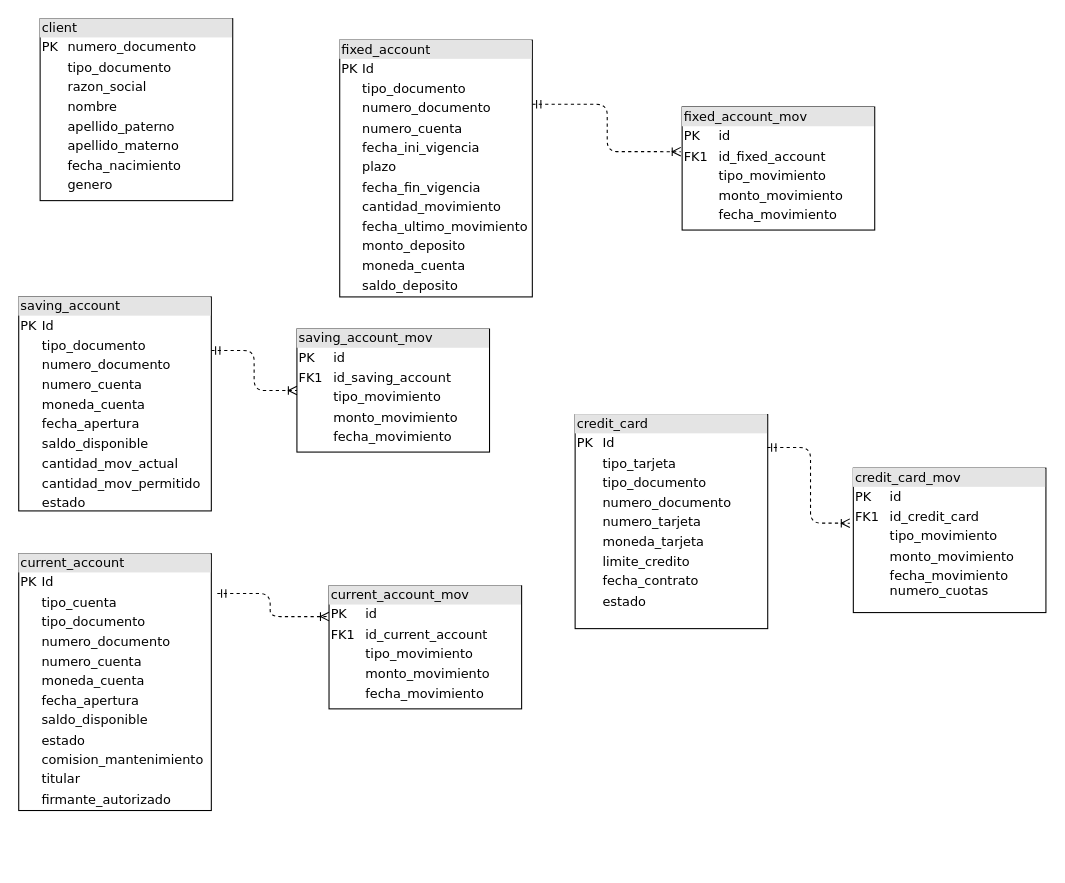
This is analisis/estructura de db.drawio from jedaniel/bootcamp_microservicio, a draw.io file, before an edit. Source tidied: cells renumbered, new cells numbered last; positions are measured from the earlier drawing's top-left corner, leaving out a move shared by most shapes. Both pictures are drawn from the tidied source at 107%, with x=0, y=0 at pixel (18, 18).
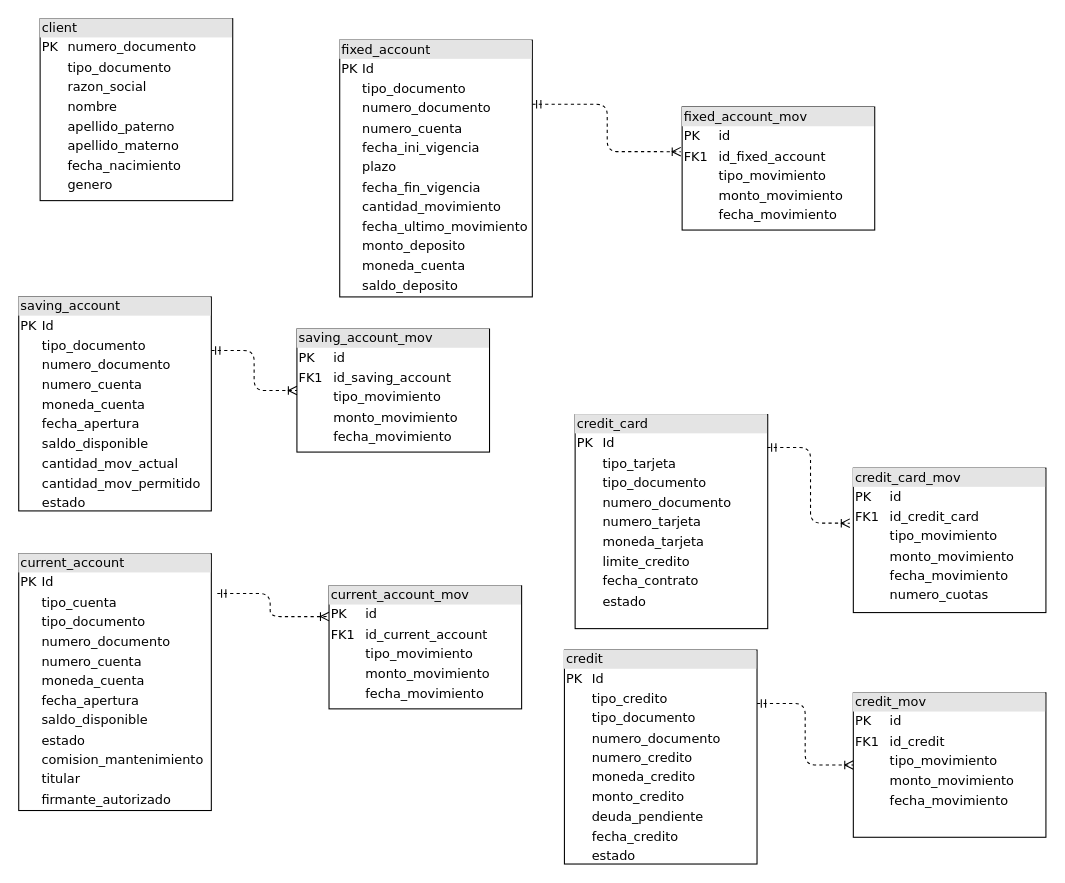
The same page after the edit.

Diff of the diagram source:
```diff
@@
 <mxGraphModel>
   <root>
     <mxCell id="0" />
     <mxCell id="1" parent="0" />
     <mxCell id="2" value="&lt;div style=&quot;box-sizing:border-box;width:100%;background:#e4e4e4;padding:2px;&quot;&gt;client&lt;/div&gt;&lt;table style=&quot;width:100%;font-size:1em;&quot; cellpadding=&quot;2&quot; cellspacing=&quot;0&quot;&gt;&lt;tbody&gt;&lt;tr&gt;&lt;td&gt;PK&lt;/td&gt;&lt;td&gt;numero_documento&lt;/td&gt;&lt;/tr&gt;&lt;tr&gt;&lt;td&gt;&lt;br&gt;&lt;/td&gt;&lt;td&gt;tipo_documento&lt;br&gt;&lt;/td&gt;&lt;/tr&gt;&lt;tr&gt;&lt;td&gt;&lt;br&gt;&lt;/td&gt;&lt;td&gt;razon_social&lt;/td&gt;&lt;/tr&gt;&lt;tr&gt;&lt;td&gt;&lt;/td&gt;&lt;td&gt;nombre&lt;/td&gt;&lt;/tr&gt;&lt;tr&gt;&lt;td&gt;&lt;br&gt;&lt;/td&gt;&lt;td&gt;apellido_paterno&lt;/td&gt;&lt;/tr&gt;&lt;tr&gt;&lt;td&gt;&lt;br&gt;&lt;/td&gt;&lt;td&gt;apellido_materno&lt;/td&gt;&lt;/tr&gt;&lt;tr&gt;&lt;td&gt;&lt;br&gt;&lt;/td&gt;&lt;td&gt;fecha_nacimiento&lt;/td&gt;&lt;/tr&gt;&lt;tr&gt;&lt;td&gt;&lt;br&gt;&lt;/td&gt;&lt;td&gt;genero&lt;/td&gt;&lt;/tr&gt;&lt;tr&gt;&lt;td&gt;&lt;br&gt;&lt;/td&gt;&lt;td&gt;&lt;br&gt;&lt;/td&gt;&lt;/tr&gt;&lt;/tbody&gt;&lt;/table&gt;" style="verticalAlign=top;align=left;overflow=fill;html=1;rounded=0;shadow=0;comic=0;labelBackgroundColor=none;strokeWidth=1;fontFamily=Verdana;fontSize=12;" parent="1" vertex="1">
       <mxGeometry x="20" width="180" height="170" as="geometry" />
     </mxCell>
     <mxCell id="3" value="&lt;div style=&quot;box-sizing:border-box;width:100%;background:#e4e4e4;padding:2px;&quot;&gt;fixed_account&lt;/div&gt;&lt;table style=&quot;width:100%;font-size:1em;&quot; cellpadding=&quot;2&quot; cellspacing=&quot;0&quot;&gt;&lt;tbody&gt;&lt;tr&gt;&lt;td&gt;PK&lt;/td&gt;&lt;td&gt;Id&lt;/td&gt;&lt;/tr&gt;&lt;tr&gt;&lt;td&gt;&lt;br&gt;&lt;/td&gt;&lt;td&gt;tipo_documento&lt;/td&gt;&lt;/tr&gt;&lt;tr&gt;&lt;td&gt;&lt;/td&gt;&lt;td&gt;numero_documento&lt;br&gt;&lt;/td&gt;&lt;/tr&gt;&lt;tr&gt;&lt;td&gt;&lt;br&gt;&lt;/td&gt;&lt;td&gt;numero_cuenta&lt;br&gt;&lt;/td&gt;&lt;/tr&gt;&lt;tr&gt;&lt;td&gt;&lt;br&gt;&lt;/td&gt;&lt;td&gt;fecha_ini_vigencia&lt;/td&gt;&lt;/tr&gt;&lt;tr&gt;&lt;td&gt;&lt;br&gt;&lt;/td&gt;&lt;td&gt;plazo&lt;/td&gt;&lt;/tr&gt;&lt;tr&gt;&lt;td&gt;&lt;br&gt;&lt;/td&gt;&lt;td&gt;fecha_fin_vigencia&lt;/td&gt;&lt;/tr&gt;&lt;tr&gt;&lt;td&gt;&lt;br&gt;&lt;/td&gt;&lt;td&gt;cantidad_movimiento&lt;/td&gt;&lt;/tr&gt;&lt;tr&gt;&lt;td&gt;&lt;br&gt;&lt;/td&gt;&lt;td&gt;fecha_ultimo_movimiento&lt;/td&gt;&lt;/tr&gt;&lt;tr&gt;&lt;td&gt;&lt;br&gt;&lt;/td&gt;&lt;td&gt;monto_deposito&lt;/td&gt;&lt;/tr&gt;&lt;tr&gt;&lt;td&gt;&lt;br&gt;&lt;/td&gt;&lt;td&gt;moneda_cuenta&lt;/td&gt;&lt;/tr&gt;&lt;tr&gt;&lt;td&gt;&lt;br&gt;&lt;/td&gt;&lt;td&gt;saldo_deposito&lt;/td&gt;&lt;/tr&gt;&lt;/tbody&gt;&lt;/table&gt;" style="verticalAlign=top;align=left;overflow=fill;html=1;rounded=0;shadow=0;comic=0;labelBackgroundColor=none;strokeWidth=1;fontFamily=Verdana;fontSize=12;" parent="1" vertex="1">
       <mxGeometry x="300" y="20" width="180" height="240" as="geometry" />
     </mxCell>
     <mxCell id="4" value="&lt;div style=&quot;box-sizing:border-box;width:100%;background:#e4e4e4;padding:2px;&quot;&gt;fixed_account_mov&lt;/div&gt;&lt;table style=&quot;width:100%;font-size:1em;&quot; cellpadding=&quot;2&quot; cellspacing=&quot;0&quot;&gt;&lt;tbody&gt;&lt;tr&gt;&lt;td&gt;PK&lt;/td&gt;&lt;td&gt;id&lt;/td&gt;&lt;/tr&gt;&lt;tr&gt;&lt;td&gt;FK1&lt;/td&gt;&lt;td&gt;id_fixed_account&lt;/td&gt;&lt;/tr&gt;&lt;tr&gt;&lt;td&gt;&lt;/td&gt;&lt;td&gt;tipo_movimiento&lt;/td&gt;&lt;/tr&gt;&lt;tr&gt;&lt;td&gt;&lt;br&gt;&lt;/td&gt;&lt;td&gt;monto_movimiento&lt;/td&gt;&lt;/tr&gt;&lt;tr&gt;&lt;td&gt;&lt;br&gt;&lt;/td&gt;&lt;td&gt;fecha_movimiento&lt;/td&gt;&lt;/tr&gt;&lt;/tbody&gt;&lt;/table&gt;" style="verticalAlign=top;align=left;overflow=fill;html=1;rounded=0;shadow=0;comic=0;labelBackgroundColor=none;strokeWidth=1;fontFamily=Verdana;fontSize=12;" parent="1" vertex="1">
       <mxGeometry x="620" y="82.5" width="180" height="115" as="geometry" />
     </mxCell>
     <mxCell id="5" style="edgeStyle=orthogonalEdgeStyle;html=1;dashed=1;labelBackgroundColor=none;startArrow=ERmandOne;endArrow=ERoneToMany;fontFamily=Verdana;fontSize=12;align=left;exitX=1;exitY=0.25;exitDx=0;exitDy=0;entryX=-0.007;entryY=0.363;entryDx=0;entryDy=0;entryPerimeter=0;" parent="1" edge="1" source="3" target="4">
       <mxGeometry relative="1" as="geometry" />
     </mxCell>
     <mxCell id="6" value="&lt;div style=&quot;box-sizing:border-box;width:100%;background:#e4e4e4;padding:2px;&quot;&gt;saving_account&lt;/div&gt;&lt;table style=&quot;width:100%;font-size:1em;&quot; cellpadding=&quot;2&quot; cellspacing=&quot;0&quot;&gt;&lt;tbody&gt;&lt;tr&gt;&lt;td&gt;PK&lt;/td&gt;&lt;td&gt;Id&lt;/td&gt;&lt;/tr&gt;&lt;tr&gt;&lt;td&gt;&lt;br&gt;&lt;/td&gt;&lt;td&gt;tipo_documento&lt;/td&gt;&lt;/tr&gt;&lt;tr&gt;&lt;td&gt;&lt;/td&gt;&lt;td&gt;numero_documento&lt;br&gt;&lt;/td&gt;&lt;/tr&gt;&lt;tr&gt;&lt;td&gt;&lt;br&gt;&lt;/td&gt;&lt;td&gt;numero_cuenta&lt;br&gt;&lt;/td&gt;&lt;/tr&gt;&lt;tr&gt;&lt;td&gt;&lt;br&gt;&lt;/td&gt;&lt;td&gt;moneda_cuenta&lt;/td&gt;&lt;/tr&gt;&lt;tr&gt;&lt;td&gt;&lt;br&gt;&lt;/td&gt;&lt;td&gt;fecha_apertura&lt;/td&gt;&lt;/tr&gt;&lt;tr&gt;&lt;td&gt;&lt;br&gt;&lt;/td&gt;&lt;td&gt;saldo_disponible&lt;/td&gt;&lt;/tr&gt;&lt;tr&gt;&lt;td&gt;&lt;br&gt;&lt;/td&gt;&lt;td&gt;cantidad_mov_actual&lt;/td&gt;&lt;/tr&gt;&lt;tr&gt;&lt;td&gt;&lt;br&gt;&lt;/td&gt;&lt;td&gt;cantidad_mov_permitido&lt;/td&gt;&lt;/tr&gt;&lt;tr&gt;&lt;td&gt;&lt;br&gt;&lt;/td&gt;&lt;td&gt;estado&lt;/td&gt;&lt;/tr&gt;&lt;/tbody&gt;&lt;/table&gt;" style="verticalAlign=top;align=left;overflow=fill;html=1;rounded=0;shadow=0;comic=0;labelBackgroundColor=none;strokeWidth=1;fontFamily=Verdana;fontSize=12;" parent="1" vertex="1">
       <mxGeometry y="260" width="180" height="200" as="geometry" />
     </mxCell>
     <mxCell id="7" value="&lt;div style=&quot;box-sizing:border-box;width:100%;background:#e4e4e4;padding:2px;&quot;&gt;saving_account_mov&lt;/div&gt;&lt;table style=&quot;width:100%;font-size:1em;&quot; cellpadding=&quot;2&quot; cellspacing=&quot;0&quot;&gt;&lt;tbody&gt;&lt;tr&gt;&lt;td&gt;PK&lt;/td&gt;&lt;td&gt;id&lt;/td&gt;&lt;/tr&gt;&lt;tr&gt;&lt;td&gt;FK1&lt;/td&gt;&lt;td&gt;id_saving_account&lt;/td&gt;&lt;/tr&gt;&lt;tr&gt;&lt;td&gt;&lt;/td&gt;&lt;td&gt;tipo_movimiento&lt;/td&gt;&lt;/tr&gt;&lt;tr&gt;&lt;td&gt;&lt;br&gt;&lt;/td&gt;&lt;td&gt;monto_movimiento&lt;/td&gt;&lt;/tr&gt;&lt;tr&gt;&lt;td&gt;&lt;br&gt;&lt;/td&gt;&lt;td&gt;fecha_movimiento&lt;/td&gt;&lt;/tr&gt;&lt;/tbody&gt;&lt;/table&gt;" style="verticalAlign=top;align=left;overflow=fill;html=1;rounded=0;shadow=0;comic=0;labelBackgroundColor=none;strokeWidth=1;fontFamily=Verdana;fontSize=12;" parent="1" vertex="1">
       <mxGeometry x="260" y="290" width="180" height="115" as="geometry" />
     </mxCell>
     <mxCell id="8" style="edgeStyle=orthogonalEdgeStyle;html=1;dashed=1;labelBackgroundColor=none;startArrow=ERmandOne;endArrow=ERoneToMany;fontFamily=Verdana;fontSize=12;align=left;exitX=1;exitY=0.25;exitDx=0;exitDy=0;entryX=0;entryY=0.5;entryDx=0;entryDy=0;" parent="1" edge="1" source="6" target="7">
       <mxGeometry relative="1" as="geometry" />
     </mxCell>
     <mxCell id="9" value="&lt;div style=&quot;box-sizing:border-box;width:100%;background:#e4e4e4;padding:2px;&quot;&gt;current_account&lt;/div&gt;&lt;table style=&quot;width:100%;font-size:1em;&quot; cellpadding=&quot;2&quot; cellspacing=&quot;0&quot;&gt;&lt;tbody&gt;&lt;tr&gt;&lt;td&gt;PK&lt;/td&gt;&lt;td&gt;Id&lt;/td&gt;&lt;/tr&gt;&lt;tr&gt;&lt;td&gt;&lt;br&gt;&lt;/td&gt;&lt;td&gt;tipo_cuenta&lt;/td&gt;&lt;/tr&gt;&lt;tr&gt;&lt;td&gt;&lt;br&gt;&lt;/td&gt;&lt;td&gt;tipo_documento&lt;/td&gt;&lt;/tr&gt;&lt;tr&gt;&lt;td&gt;&lt;/td&gt;&lt;td&gt;numero_documento&lt;br&gt;&lt;/td&gt;&lt;/tr&gt;&lt;tr&gt;&lt;td&gt;&lt;br&gt;&lt;/td&gt;&lt;td&gt;numero_cuenta&lt;br&gt;&lt;/td&gt;&lt;/tr&gt;&lt;tr&gt;&lt;td&gt;&lt;br&gt;&lt;/td&gt;&lt;td&gt;moneda_cuenta&lt;/td&gt;&lt;/tr&gt;&lt;tr&gt;&lt;td&gt;&lt;br&gt;&lt;/td&gt;&lt;td&gt;fecha_apertura&lt;/td&gt;&lt;/tr&gt;&lt;tr&gt;&lt;td&gt;&lt;br&gt;&lt;/td&gt;&lt;td&gt;saldo_disponible&lt;/td&gt;&lt;/tr&gt;&lt;tr&gt;&lt;td&gt;&lt;br&gt;&lt;/td&gt;&lt;td&gt;estado&lt;/td&gt;&lt;/tr&gt;&lt;tr&gt;&lt;td&gt;&lt;br&gt;&lt;/td&gt;&lt;td&gt;comision_mantenimiento&lt;/td&gt;&lt;/tr&gt;&lt;tr&gt;&lt;td&gt;&lt;br&gt;&lt;/td&gt;&lt;td&gt;titular&lt;/td&gt;&lt;/tr&gt;&lt;tr&gt;&lt;td&gt;&lt;br&gt;&lt;/td&gt;&lt;td&gt;firmante_autorizado&lt;/td&gt;&lt;/tr&gt;&lt;/tbody&gt;&lt;/table&gt;" style="verticalAlign=top;align=left;overflow=fill;html=1;rounded=0;shadow=0;comic=0;labelBackgroundColor=none;strokeWidth=1;fontFamily=Verdana;fontSize=12;" parent="1" vertex="1">
       <mxGeometry y="500" width="180" height="240" as="geometry" />
     </mxCell>
     <mxCell id="10" value="&lt;div style=&quot;box-sizing:border-box;width:100%;background:#e4e4e4;padding:2px;&quot;&gt;current_account_mov&lt;/div&gt;&lt;table style=&quot;width:100%;font-size:1em;&quot; cellpadding=&quot;2&quot; cellspacing=&quot;0&quot;&gt;&lt;tbody&gt;&lt;tr&gt;&lt;td&gt;PK&lt;/td&gt;&lt;td&gt;id&lt;/td&gt;&lt;/tr&gt;&lt;tr&gt;&lt;td&gt;FK1&lt;/td&gt;&lt;td&gt;id_current_account&lt;/td&gt;&lt;/tr&gt;&lt;tr&gt;&lt;td&gt;&lt;/td&gt;&lt;td&gt;tipo_movimiento&lt;/td&gt;&lt;/tr&gt;&lt;tr&gt;&lt;td&gt;&lt;br&gt;&lt;/td&gt;&lt;td&gt;monto_movimiento&lt;/td&gt;&lt;/tr&gt;&lt;tr&gt;&lt;td&gt;&lt;br&gt;&lt;/td&gt;&lt;td&gt;fecha_movimiento&lt;/td&gt;&lt;/tr&gt;&lt;/tbody&gt;&lt;/table&gt;" style="verticalAlign=top;align=left;overflow=fill;html=1;rounded=0;shadow=0;comic=0;labelBackgroundColor=none;strokeWidth=1;fontFamily=Verdana;fontSize=12;" parent="1" vertex="1">
       <mxGeometry x="290" y="530" width="180" height="115" as="geometry" />
     </mxCell>
     <mxCell id="11" style="edgeStyle=orthogonalEdgeStyle;html=1;dashed=1;labelBackgroundColor=none;startArrow=ERmandOne;endArrow=ERoneToMany;fontFamily=Verdana;fontSize=12;align=left;exitX=1.031;exitY=0.155;exitDx=0;exitDy=0;entryX=0;entryY=0.25;entryDx=0;entryDy=0;exitPerimeter=0;" parent="1" edge="1" source="9" target="10">
       <mxGeometry relative="1" as="geometry" />
     </mxCell>
     <mxCell id="12" value="&lt;div style=&quot;box-sizing:border-box;width:100%;background:#e4e4e4;padding:2px;&quot;&gt;credit_card&lt;/div&gt;&lt;table style=&quot;width:100%;font-size:1em;&quot; cellpadding=&quot;2&quot; cellspacing=&quot;0&quot;&gt;&lt;tbody&gt;&lt;tr&gt;&lt;td&gt;PK&lt;/td&gt;&lt;td&gt;Id&lt;/td&gt;&lt;/tr&gt;&lt;tr&gt;&lt;td&gt;&lt;br&gt;&lt;/td&gt;&lt;td&gt;tipo_tarjeta&lt;/td&gt;&lt;/tr&gt;&lt;tr&gt;&lt;td&gt;&lt;br&gt;&lt;/td&gt;&lt;td&gt;tipo_documento&lt;/td&gt;&lt;/tr&gt;&lt;tr&gt;&lt;td&gt;&lt;/td&gt;&lt;td&gt;numero_documento&lt;br&gt;&lt;/td&gt;&lt;/tr&gt;&lt;tr&gt;&lt;td&gt;&lt;br&gt;&lt;/td&gt;&lt;td&gt;numero_tarjeta&lt;/td&gt;&lt;/tr&gt;&lt;tr&gt;&lt;td&gt;&lt;br&gt;&lt;/td&gt;&lt;td&gt;moneda_tarjeta&lt;/td&gt;&lt;/tr&gt;&lt;tr&gt;&lt;td&gt;&lt;br&gt;&lt;/td&gt;&lt;td&gt;limite_credito&lt;/td&gt;&lt;/tr&gt;&lt;tr&gt;&lt;td&gt;&lt;br&gt;&lt;/td&gt;&lt;td&gt;fecha_contrato&lt;/td&gt;&lt;/tr&gt;&lt;tr&gt;&lt;td&gt;&lt;br&gt;&lt;/td&gt;&lt;td&gt;estado&lt;/td&gt;&lt;/tr&gt;&lt;/tbody&gt;&lt;/table&gt;" style="verticalAlign=top;align=left;overflow=fill;html=1;rounded=0;shadow=0;comic=0;labelBackgroundColor=none;strokeWidth=1;fontFamily=Verdana;fontSize=12;" parent="1" vertex="1">
       <mxGeometry x="520" y="370" width="180" height="200" as="geometry" />
     </mxCell>
-    <mxCell id="13" value="&lt;div style=&quot;box-sizing:border-box;width:100%;background:#e4e4e4;padding:2px;&quot;&gt;credit_card_mov&lt;/div&gt;&lt;table style=&quot;width:100%;font-size:1em;&quot; cellpadding=&quot;2&quot; cellspacing=&quot;0&quot;&gt;&lt;tbody&gt;&lt;tr&gt;&lt;td&gt;PK&lt;/td&gt;&lt;td&gt;id&lt;/td&gt;&lt;/tr&gt;&lt;tr&gt;&lt;td&gt;FK1&lt;/td&gt;&lt;td&gt;id_credit_card&lt;/td&gt;&lt;/tr&gt;&lt;tr&gt;&lt;td&gt;&lt;/td&gt;&lt;td&gt;tipo_movimiento&lt;/td&gt;&lt;/tr&gt;&lt;tr&gt;&lt;td&gt;&lt;br&gt;&lt;/td&gt;&lt;td&gt;monto_movimiento&lt;/td&gt;&lt;/tr&gt;&lt;tr&gt;&lt;td&gt;&lt;br&gt;&lt;/td&gt;&lt;td&gt;fecha_movimiento&lt;br&gt;numero_cuotas&lt;/td&gt;&lt;/tr&gt;&lt;tr&gt;&lt;td&gt;&lt;br&gt;&lt;/td&gt;&lt;td&gt;&lt;br&gt;&lt;/td&gt;&lt;/tr&gt;&lt;/tbody&gt;&lt;/table&gt;" style="verticalAlign=top;align=left;overflow=fill;html=1;rounded=0;shadow=0;comic=0;labelBackgroundColor=none;strokeWidth=1;fontFamily=Verdana;fontSize=12;" parent="1" vertex="1">
+    <mxCell id="13" value="&lt;div style=&quot;box-sizing:border-box;width:100%;background:#e4e4e4;padding:2px;&quot;&gt;credit_card_mov&lt;/div&gt;&lt;table style=&quot;width:100%;font-size:1em;&quot; cellpadding=&quot;2&quot; cellspacing=&quot;0&quot;&gt;&lt;tbody&gt;&lt;tr&gt;&lt;td&gt;PK&lt;/td&gt;&lt;td&gt;id&lt;/td&gt;&lt;/tr&gt;&lt;tr&gt;&lt;td&gt;FK1&lt;/td&gt;&lt;td&gt;id_credit_card&lt;/td&gt;&lt;/tr&gt;&lt;tr&gt;&lt;td&gt;&lt;/td&gt;&lt;td&gt;tipo_movimiento&lt;/td&gt;&lt;/tr&gt;&lt;tr&gt;&lt;td&gt;&lt;br&gt;&lt;/td&gt;&lt;td&gt;monto_movimiento&lt;/td&gt;&lt;/tr&gt;&lt;tr&gt;&lt;td&gt;&lt;br&gt;&lt;/td&gt;&lt;td&gt;fecha_movimiento&lt;br&gt;&lt;/td&gt;&lt;/tr&gt;&lt;tr&gt;&lt;td&gt;&lt;br&gt;&lt;/td&gt;&lt;td&gt;numero_cuotas&lt;/td&gt;&lt;/tr&gt;&lt;tr&gt;&lt;td&gt;&lt;br&gt;&lt;/td&gt;&lt;td&gt;&lt;br&gt;&lt;/td&gt;&lt;/tr&gt;&lt;/tbody&gt;&lt;/table&gt;" style="verticalAlign=top;align=left;overflow=fill;html=1;rounded=0;shadow=0;comic=0;labelBackgroundColor=none;strokeWidth=1;fontFamily=Verdana;fontSize=12;" parent="1" vertex="1">
       <mxGeometry x="780" y="420" width="180" height="135" as="geometry" />
     </mxCell>
     <mxCell id="14" style="edgeStyle=orthogonalEdgeStyle;html=1;dashed=1;labelBackgroundColor=none;startArrow=ERmandOne;endArrow=ERoneToMany;fontFamily=Verdana;fontSize=12;align=left;exitX=0.998;exitY=0.154;exitDx=0;exitDy=0;exitPerimeter=0;entryX=-0.018;entryY=0.381;entryDx=0;entryDy=0;entryPerimeter=0;" parent="1" edge="1" source="12" target="13">
       <mxGeometry relative="1" as="geometry" />
     </mxCell>
+    <mxCell id="15" value="&lt;div style=&quot;box-sizing:border-box;width:100%;background:#e4e4e4;padding:2px;&quot;&gt;credit&lt;/div&gt;&lt;table style=&quot;width:100%;font-size:1em;&quot; cellpadding=&quot;2&quot; cellspacing=&quot;0&quot;&gt;&lt;tbody&gt;&lt;tr&gt;&lt;td&gt;PK&lt;/td&gt;&lt;td&gt;Id&lt;/td&gt;&lt;/tr&gt;&lt;tr&gt;&lt;td&gt;&lt;br&gt;&lt;/td&gt;&lt;td&gt;tipo_credito&lt;/td&gt;&lt;/tr&gt;&lt;tr&gt;&lt;td&gt;&lt;br&gt;&lt;/td&gt;&lt;td&gt;tipo_documento&lt;/td&gt;&lt;/tr&gt;&lt;tr&gt;&lt;td&gt;&lt;/td&gt;&lt;td&gt;numero_documento&lt;br&gt;&lt;/td&gt;&lt;/tr&gt;&lt;tr&gt;&lt;td&gt;&lt;br&gt;&lt;/td&gt;&lt;td&gt;numero_credito&lt;/td&gt;&lt;/tr&gt;&lt;tr&gt;&lt;td&gt;&lt;br&gt;&lt;/td&gt;&lt;td&gt;moneda_credito&lt;/td&gt;&lt;/tr&gt;&lt;tr&gt;&lt;td&gt;&lt;br&gt;&lt;/td&gt;&lt;td&gt;monto_credito&lt;/td&gt;&lt;/tr&gt;&lt;tr&gt;&lt;td&gt;&lt;br&gt;&lt;/td&gt;&lt;td&gt;deuda_pendiente&lt;/td&gt;&lt;/tr&gt;&lt;tr&gt;&lt;td&gt;&lt;br&gt;&lt;/td&gt;&lt;td&gt;fecha_credito&lt;/td&gt;&lt;/tr&gt;&lt;tr&gt;&lt;td&gt;&lt;br&gt;&lt;/td&gt;&lt;td&gt;estado&lt;/td&gt;&lt;/tr&gt;&lt;/tbody&gt;&lt;/table&gt;" style="verticalAlign=top;align=left;overflow=fill;html=1;rounded=0;shadow=0;comic=0;labelBackgroundColor=none;strokeWidth=1;fontFamily=Verdana;fontSize=12;" parent="1" vertex="1">
+      <mxGeometry x="510" y="590" width="180" height="200" as="geometry" />
+    </mxCell>
+    <mxCell id="16" value="&lt;div style=&quot;box-sizing:border-box;width:100%;background:#e4e4e4;padding:2px;&quot;&gt;credit_mov&lt;/div&gt;&lt;table style=&quot;width:100%;font-size:1em;&quot; cellpadding=&quot;2&quot; cellspacing=&quot;0&quot;&gt;&lt;tbody&gt;&lt;tr&gt;&lt;td&gt;PK&lt;/td&gt;&lt;td&gt;id&lt;/td&gt;&lt;/tr&gt;&lt;tr&gt;&lt;td&gt;FK1&lt;/td&gt;&lt;td&gt;id_credit&lt;/td&gt;&lt;/tr&gt;&lt;tr&gt;&lt;td&gt;&lt;/td&gt;&lt;td&gt;tipo_movimiento&lt;/td&gt;&lt;/tr&gt;&lt;tr&gt;&lt;td&gt;&lt;br&gt;&lt;/td&gt;&lt;td&gt;monto_movimiento&lt;/td&gt;&lt;/tr&gt;&lt;tr&gt;&lt;td&gt;&lt;br&gt;&lt;/td&gt;&lt;td&gt;fecha_movimiento&lt;br&gt;&lt;/td&gt;&lt;/tr&gt;&lt;tr&gt;&lt;td&gt;&lt;br&gt;&lt;/td&gt;&lt;td&gt;&lt;br&gt;&lt;/td&gt;&lt;/tr&gt;&lt;/tbody&gt;&lt;/table&gt;" style="verticalAlign=top;align=left;overflow=fill;html=1;rounded=0;shadow=0;comic=0;labelBackgroundColor=none;strokeWidth=1;fontFamily=Verdana;fontSize=12;" parent="1" vertex="1">
+      <mxGeometry x="780" y="630" width="180" height="135" as="geometry" />
+    </mxCell>
+    <mxCell id="17" style="edgeStyle=orthogonalEdgeStyle;html=1;dashed=1;labelBackgroundColor=none;startArrow=ERmandOne;endArrow=ERoneToMany;fontFamily=Verdana;fontSize=12;align=left;exitX=1;exitY=0.25;exitDx=0;exitDy=0;entryX=0;entryY=0.5;entryDx=0;entryDy=0;" parent="1" edge="1" source="15" target="16">
+      <mxGeometry relative="1" as="geometry" />
+    </mxCell>
   </root>
 </mxGraphModel>
```
